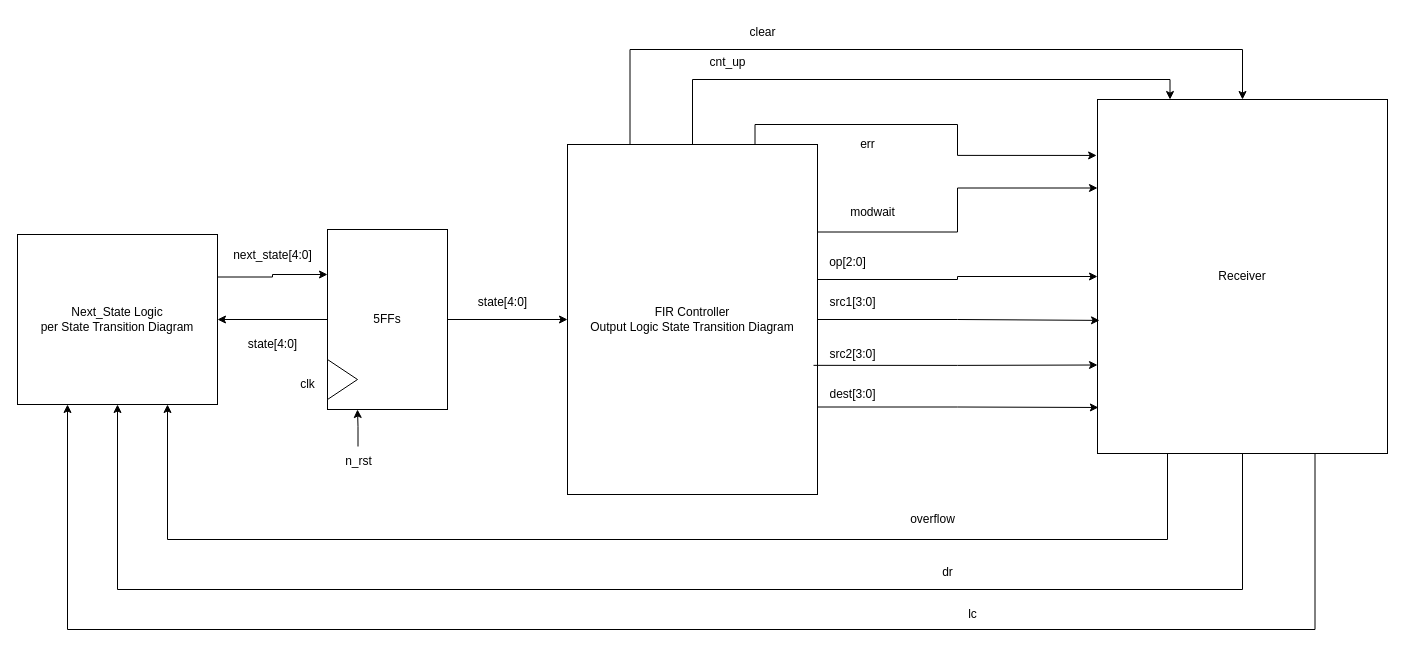
Before: Lab 8.drawio in Charvles/ECE337, a draw.io diagram. Source tidied: cells renumbered, new cells numbered last; positions are measured from the earlier drawing's top-left corner, leaving out a move shared by most shapes. Both pictures are drawn from the tidied source at 100%, with x=0, y=0 at pixel (17, 17).
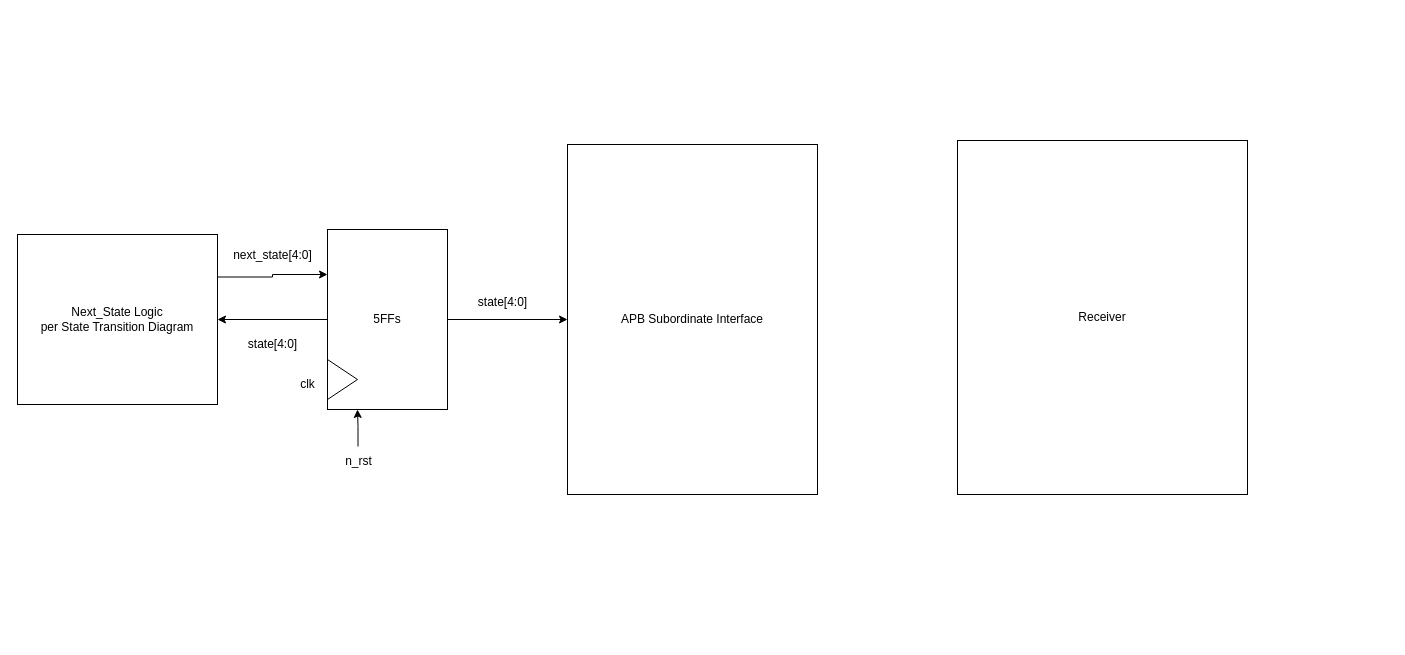
Above is the later version.

The change refers to these unchanged cells:
```xml
<mxCell id="12" value="&lt;div&gt;Next_State Logic&lt;/div&gt;&lt;div&gt;per State Transition Diagram&lt;/div&gt;" style="rounded=0;whiteSpace=wrap;html=1;align=center;verticalAlign=middle;" parent="1" vertex="1">
  <mxGeometry y="217" width="200" height="170" as="geometry" />
</mxCell>
```

The edit, as a diff of the source:
```diff
@@
-    <mxCell id="2" style="group;" parent="1" vertex="1">
+    <mxCell id="2" style="group;verticalAlign=bottom;align=right;labelPosition=center;verticalLabelPosition=top;" parent="1" vertex="1">
       <mxGeometry x="550" y="127" width="250" height="350" as="geometry" />
     </mxCell>
-    <mxCell id="3" value="FIR Controller&lt;div&gt;Output Logic State Transition Diagram&lt;/div&gt;" style="rounded=0;whiteSpace=wrap;html=1;" parent="2" vertex="1">
+    <mxCell id="3" value="APB Subordinate Interface" style="rounded=0;whiteSpace=wrap;html=1;" parent="2" vertex="1">
       <mxGeometry width="250" height="350" as="geometry" />
     </mxCell>
@@
-    <mxCell id="7" style="edgeStyle=orthogonalEdgeStyle;rounded=0;jettySize=auto;html=1;exitX=0.25;exitY=1;exitDx=0;exitDy=0;entryX=0.75;entryY=1;entryDx=0;entryDy=0;" parent="1" edge="1" source="10" target="12">
-      <mxGeometry relative="1" as="geometry">
-        <Array as="points">
-          <mxPoint x="1150" y="436" />
-          <mxPoint x="1150" y="522" />
-          <mxPoint x="150" y="522" />
-        </Array>
-      </mxGeometry>
-    </mxCell>
-    <mxCell id="8" style="edgeStyle=orthogonalEdgeStyle;rounded=0;jettySize=auto;html=1;exitX=0.5;exitY=1;exitDx=0;exitDy=0;entryX=0.5;entryY=1;entryDx=0;entryDy=0;" parent="1" edge="1" source="10" target="12">
-      <mxGeometry relative="1" as="geometry">
-        <Array as="points">
-          <mxPoint x="1225" y="572" />
-          <mxPoint x="100" y="572" />
-        </Array>
-      </mxGeometry>
-    </mxCell>
-    <mxCell id="9" style="edgeStyle=orthogonalEdgeStyle;rounded=0;jettySize=auto;html=1;exitX=0.75;exitY=1;exitDx=0;exitDy=0;entryX=0.25;entryY=1;entryDx=0;entryDy=0;" parent="1" edge="1" source="10" target="12">
-      <mxGeometry relative="1" as="geometry">
-        <Array as="points">
-          <mxPoint x="1298" y="612" />
-          <mxPoint x="50" y="612" />
-        </Array>
-      </mxGeometry>
-    </mxCell>
-    <mxCell id="10" value="&lt;div align=&quot;center&quot;&gt;Receiver&lt;/div&gt;" style="rounded=0;whiteSpace=wrap;html=1;align=center;verticalAlign=middle;" parent="1" vertex="1">
-      <mxGeometry x="1080" y="82" width="290" height="354" as="geometry" />
+    <mxCell id="10" value="&lt;div&gt;Receiver&lt;/div&gt;" style="rounded=0;whiteSpace=wrap;html=1;align=center;verticalAlign=middle;" parent="1" vertex="1">
+      <mxGeometry x="940" y="123" width="290" height="354" as="geometry" />
     </mxCell>
@@
-    <mxCell id="21" value="overflow" style="text;html=1;align=center;verticalAlign=middle;strokeColor=none;fillColor=none;" parent="1" vertex="1">
-      <mxGeometry x="880" y="487" width="70" height="30" as="geometry" />
-    </mxCell>
-    <mxCell id="22" value="dr" style="text;html=1;align=center;verticalAlign=middle;strokeColor=none;fillColor=none;" parent="1" vertex="1">
-      <mxGeometry x="915" y="540" width="30" height="30" as="geometry" />
-    </mxCell>
-    <mxCell id="23" value="lc" style="text;html=1;align=center;verticalAlign=middle;strokeColor=none;fillColor=none;" parent="1" vertex="1">
-      <mxGeometry x="940" y="582" width="30" height="30" as="geometry" />
-    </mxCell>
-    <mxCell id="24" style="edgeStyle=orthogonalEdgeStyle;rounded=0;jettySize=auto;html=1;exitX=1;exitY=0.25;exitDx=0;exitDy=0;entryX=0;entryY=0.25;entryDx=0;entryDy=0;" parent="1" edge="1" source="3" target="10">
-      <mxGeometry relative="1" as="geometry" />
-    </mxCell>
-    <mxCell id="25" value="modwait" style="text;html=1;align=center;verticalAlign=middle;strokeColor=none;fillColor=none;" parent="1" vertex="1">
-      <mxGeometry x="820" y="180" width="70" height="30" as="geometry" />
-    </mxCell>
-    <mxCell id="26" style="edgeStyle=orthogonalEdgeStyle;rounded=0;jettySize=auto;html=1;exitX=1;exitY=0.5;exitDx=0;exitDy=0;entryX=0;entryY=0.5;entryDx=0;entryDy=0;" parent="1" edge="1" source="3" target="10">
-      <mxGeometry relative="1" as="geometry">
-        <Array as="points">
-          <mxPoint x="800" y="262" />
-          <mxPoint x="940" y="262" />
-          <mxPoint x="940" y="259" />
-        </Array>
-      </mxGeometry>
-    </mxCell>
-    <mxCell id="27" value="op[2:0]" style="text;html=1;align=center;verticalAlign=middle;strokeColor=none;fillColor=none;" parent="1" vertex="1">
-      <mxGeometry x="800" y="230" width="60" height="30" as="geometry" />
-    </mxCell>
-    <mxCell id="28" style="edgeStyle=orthogonalEdgeStyle;rounded=0;jettySize=auto;html=1;exitX=1;exitY=0.5;exitDx=0;exitDy=0;entryX=0.007;entryY=0.624;entryDx=0;entryDy=0;entryPerimeter=0;" parent="1" edge="1" source="3" target="10">
-      <mxGeometry relative="1" as="geometry" />
-    </mxCell>
-    <mxCell id="29" value="src1[3:0]" style="text;html=1;align=center;verticalAlign=middle;strokeColor=none;fillColor=none;" parent="1" vertex="1">
-      <mxGeometry x="800" y="270" width="70" height="30" as="geometry" />
-    </mxCell>
-    <mxCell id="30" style="edgeStyle=orthogonalEdgeStyle;rounded=0;jettySize=auto;html=1;exitX=1;exitY=0.75;exitDx=0;exitDy=0;entryX=0.003;entryY=0.87;entryDx=0;entryDy=0;entryPerimeter=0;" parent="1" edge="1" source="3" target="10">
-      <mxGeometry relative="1" as="geometry" />
-    </mxCell>
-    <mxCell id="31" value="src2[3:0]" style="text;html=1;align=center;verticalAlign=middle;strokeColor=none;fillColor=none;" parent="1" vertex="1">
-      <mxGeometry x="800" y="322" width="70" height="30" as="geometry" />
-    </mxCell>
-    <mxCell id="32" style="edgeStyle=orthogonalEdgeStyle;rounded=0;jettySize=auto;html=1;exitX=0.984;exitY=0.631;exitDx=0;exitDy=0;entryX=0;entryY=0.75;entryDx=0;entryDy=0;exitPerimeter=0;" parent="1" edge="1" source="3" target="10">
-      <mxGeometry relative="1" as="geometry" />
-    </mxCell>
-    <mxCell id="33" value="dest[3:0]" style="text;html=1;align=center;verticalAlign=middle;strokeColor=none;fillColor=none;" parent="1" vertex="1">
-      <mxGeometry x="800" y="362" width="70" height="30" as="geometry" />
-    </mxCell>
-    <mxCell id="34" style="edgeStyle=orthogonalEdgeStyle;rounded=0;jettySize=auto;html=1;exitX=0.5;exitY=0;exitDx=0;exitDy=0;entryX=0.25;entryY=0;entryDx=0;entryDy=0;" parent="1" edge="1" source="3" target="10">
-      <mxGeometry relative="1" as="geometry" />
-    </mxCell>
-    <mxCell id="35" value="err" style="text;html=1;align=center;verticalAlign=middle;strokeColor=none;fillColor=none;" parent="1" vertex="1">
-      <mxGeometry x="830" y="112" width="40" height="30" as="geometry" />
-    </mxCell>
-    <mxCell id="36" style="edgeStyle=orthogonalEdgeStyle;rounded=0;jettySize=auto;html=1;exitX=0.25;exitY=0;exitDx=0;exitDy=0;entryX=0.5;entryY=0;entryDx=0;entryDy=0;" parent="1" edge="1" source="3" target="10">
-      <mxGeometry relative="1" as="geometry">
-        <Array as="points">
-          <mxPoint x="613" y="32" />
-          <mxPoint x="1225" y="32" />
-        </Array>
-      </mxGeometry>
-    </mxCell>
-    <mxCell id="37" value="clear" style="text;html=1;align=center;verticalAlign=middle;strokeColor=none;fillColor=none;" parent="1" vertex="1">
-      <mxGeometry x="720" width="50" height="30" as="geometry" />
-    </mxCell>
-    <mxCell id="38" value="cnt_up" style="text;html=1;align=center;verticalAlign=middle;strokeColor=none;fillColor=none;" parent="1" vertex="1">
-      <mxGeometry x="680" y="30" width="60" height="30" as="geometry" />
-    </mxCell>
-    <mxCell id="39" style="edgeStyle=orthogonalEdgeStyle;rounded=0;jettySize=auto;html=1;exitX=0.75;exitY=0;exitDx=0;exitDy=0;entryX=-0.003;entryY=0.158;entryDx=0;entryDy=0;entryPerimeter=0;" parent="1" edge="1" source="3" target="10">
-      <mxGeometry relative="1" as="geometry">
-        <Array as="points">
-          <mxPoint x="738" y="107" />
-          <mxPoint x="940" y="107" />
-          <mxPoint x="940" y="138" />
-        </Array>
-      </mxGeometry>
-    </mxCell>
```
